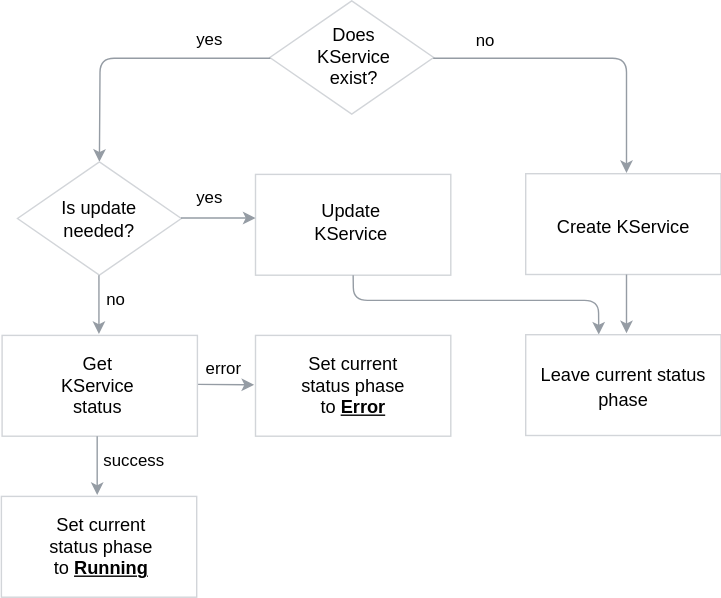
Earlier version of the draw.io export docs/serverless-v2/assets/deploying.svg (kyma-project/kyma). Source tidied: cells renumbered, new cells last; positions are measured from the earlier drawing's top-left corner, leaving out a move shared by most shapes. Its diagram source:
```xml
<mxGraphModel>
  <root>
    <mxCell id="0" />
    <mxCell id="1" parent="0" />
    <mxCell id="2" style="rhombus;whiteSpace=wrap;html=1;strokeColor=#D2D5D9;" parent="1" vertex="1">
      <mxGeometry x="192.2" width="117" height="81" as="geometry" />
    </mxCell>
    <mxCell id="3" value="&lt;font style=&quot;font-size: 13px&quot;&gt;Does KService exist?&lt;/font&gt;" style="text;html=1;strokeColor=none;fillColor=none;align=center;verticalAlign=middle;whiteSpace=wrap;rounded=0;" parent="1" vertex="1">
      <mxGeometry x="214.5" y="26" width="74.5" height="27" as="geometry" />
    </mxCell>
    <mxCell id="4" style="rounded=0;whiteSpace=wrap;html=1;labelBackgroundColor=none;strokeColor=#D2D5D9;strokeWidth=1;fillColor=#FFFFFF;gradientColor=none;fontFamily=Helvetica;fontSize=15;fontColor=#000000;align=center;" parent="1" vertex="1">
      <mxGeometry x="182" y="124" width="139.5" height="72" as="geometry" />
    </mxCell>
    <mxCell id="5" value="&lt;span style=&quot;font-size: 13px&quot;&gt;Update KService&lt;/span&gt;" style="text;html=1;strokeColor=none;fillColor=none;align=center;verticalAlign=middle;whiteSpace=wrap;rounded=0;" parent="1" vertex="1">
      <mxGeometry x="212.5" y="144" width="74.5" height="27" as="geometry" />
    </mxCell>
    <mxCell id="6" style="endArrow=classic;html=1;strokeColor=#959CA4;strokeWidth=1;fontFamily=Helvetica;fontSize=15;fontColor=#000000;entryX=0.5;entryY=0;entryDx=0;entryDy=0;" parent="1" edge="1" target="7">
      <mxGeometry relative="1" as="geometry">
        <mxPoint x="176" y="41" as="sourcePoint" />
        <Array as="points">
          <mxPoint x="197.2" y="41" />
          <mxPoint x="71" y="41" />
        </Array>
      </mxGeometry>
    </mxCell>
    <mxCell id="7" style="rhombus;whiteSpace=wrap;html=1;strokeColor=#D2D5D9;" parent="1" vertex="1">
      <mxGeometry x="12" y="115" width="117" height="81" as="geometry" />
    </mxCell>
    <mxCell id="8" style="endArrow=classic;html=1;strokeColor=#959CA4;strokeWidth=1;fontFamily=Helvetica;fontSize=15;fontColor=#000000;exitX=1;exitY=0.5;exitDx=0;exitDy=0;entryX=0;entryY=0.5;entryDx=0;entryDy=0;" parent="1" edge="1">
      <mxGeometry relative="1" as="geometry">
        <mxPoint x="128.8" y="155.2" as="sourcePoint" />
        <mxPoint x="182" y="155.2" as="targetPoint" />
      </mxGeometry>
    </mxCell>
    <mxCell id="9" style="endArrow=classic;html=1;strokeColor=#959CA4;strokeWidth=1;fontFamily=Helvetica;fontSize=15;fontColor=#000000;" parent="1" edge="1">
      <mxGeometry relative="1" as="geometry">
        <mxPoint x="70.2" y="196" as="sourcePoint" />
        <mxPoint x="70.2" y="238" as="targetPoint" />
      </mxGeometry>
    </mxCell>
    <mxCell id="10" value="&lt;font style=&quot;font-size: 13px&quot;&gt;Is update needed?&lt;/font&gt;" style="text;html=1;strokeColor=none;fillColor=none;align=center;verticalAlign=middle;whiteSpace=wrap;rounded=0;" parent="1" vertex="1">
      <mxGeometry x="33.2" y="142" width="74.5" height="27" as="geometry" />
    </mxCell>
    <mxCell id="11" style="rounded=0;whiteSpace=wrap;html=1;labelBackgroundColor=none;strokeColor=#D2D5D9;strokeWidth=1;fillColor=#FFFFFF;gradientColor=none;fontFamily=Helvetica;fontSize=15;fontColor=#000000;align=center;" parent="1" vertex="1">
      <mxGeometry x="1" y="239" width="139.5" height="72" as="geometry" />
    </mxCell>
    <mxCell id="12" value="&lt;font style=&quot;font-size: 13px&quot;&gt;Get KService status&lt;/font&gt;" style="text;html=1;strokeColor=none;fillColor=none;align=center;verticalAlign=middle;whiteSpace=wrap;rounded=0;" parent="1" vertex="1">
      <mxGeometry x="32" y="261" width="74.5" height="27" as="geometry" />
    </mxCell>
    <mxCell id="13" value="yes" style="text;html=1;strokeColor=none;fillColor=none;align=center;verticalAlign=middle;whiteSpace=wrap;rounded=0;" parent="1" vertex="1">
      <mxGeometry x="137" y="131" width="25" height="19" as="geometry" />
    </mxCell>
    <mxCell id="14" value="yes" style="text;html=1;strokeColor=none;fillColor=none;align=center;verticalAlign=middle;whiteSpace=wrap;rounded=0;" parent="1" vertex="1">
      <mxGeometry x="137" y="18" width="25" height="19" as="geometry" />
    </mxCell>
    <mxCell id="15" value="&lt;font style=&quot;font-size: 13px&quot;&gt;Create KService&lt;/font&gt;" style="rounded=0;whiteSpace=wrap;html=1;labelBackgroundColor=none;strokeColor=#D2D5D9;strokeWidth=1;fillColor=#FFFFFF;gradientColor=none;fontFamily=Helvetica;fontSize=15;fontColor=#000000;align=center;" parent="1" vertex="1">
      <mxGeometry x="375" y="123.5" width="139.5" height="72" as="geometry" />
    </mxCell>
    <mxCell id="16" style="endArrow=classic;html=1;strokeColor=#959CA4;strokeWidth=1;fontFamily=Helvetica;fontSize=15;fontColor=#000000;" parent="1" edge="1">
      <mxGeometry relative="1" as="geometry">
        <mxPoint x="313" y="41" as="sourcePoint" />
        <mxPoint x="447" y="123" as="targetPoint" />
        <Array as="points">
          <mxPoint x="307" y="41" />
          <mxPoint x="447" y="41" />
        </Array>
      </mxGeometry>
    </mxCell>
    <mxCell id="17" style="rounded=0;whiteSpace=wrap;html=1;labelBackgroundColor=none;strokeColor=#D2D5D9;strokeWidth=1;fillColor=#FFFFFF;gradientColor=none;fontFamily=Helvetica;fontSize=15;fontColor=#000000;align=center;" parent="1" vertex="1">
      <mxGeometry x="182" y="239" width="139.5" height="72" as="geometry" />
    </mxCell>
    <mxCell id="18" value="&lt;span style=&quot;font-size: 13px&quot;&gt;Set current status phase to &lt;b&gt;&lt;u&gt;Error&lt;/u&gt;&lt;/b&gt;&lt;/span&gt;" style="text;html=1;strokeColor=none;fillColor=none;align=center;verticalAlign=middle;whiteSpace=wrap;rounded=0;" parent="1" vertex="1">
      <mxGeometry x="212" y="258.2" width="79.5" height="33.5" as="geometry" />
    </mxCell>
    <mxCell id="19" style="endArrow=classic;html=1;strokeColor=#959CA4;strokeWidth=1;fontFamily=Helvetica;fontSize=15;fontColor=#000000;exitX=1;exitY=0.5;exitDx=0;exitDy=0;" parent="1" edge="1">
      <mxGeometry relative="1" as="geometry">
        <mxPoint x="141" y="274" as="sourcePoint" />
        <mxPoint x="181" y="274.3" as="targetPoint" />
      </mxGeometry>
    </mxCell>
    <mxCell id="20" style="rounded=0;whiteSpace=wrap;html=1;labelBackgroundColor=none;strokeColor=#D2D5D9;strokeWidth=1;fillColor=#FFFFFF;gradientColor=none;fontFamily=Helvetica;fontSize=15;fontColor=#000000;align=center;" parent="1" vertex="1">
      <mxGeometry x="0.5" y="354" width="139.5" height="72" as="geometry" />
    </mxCell>
    <mxCell id="21" value="&lt;span style=&quot;font-size: 13px&quot;&gt;Set current status phase to &lt;b&gt;&lt;u&gt;Running&lt;/u&gt;&lt;/b&gt;&lt;/span&gt;" style="text;html=1;strokeColor=none;fillColor=none;align=center;verticalAlign=middle;whiteSpace=wrap;rounded=0;" parent="1" vertex="1">
      <mxGeometry x="32" y="373.2" width="79.5" height="33.5" as="geometry" />
    </mxCell>
    <mxCell id="22" style="endArrow=classic;html=1;strokeColor=#959CA4;strokeWidth=1;fontFamily=Helvetica;fontSize=15;fontColor=#000000;" parent="1" edge="1">
      <mxGeometry relative="1" as="geometry">
        <mxPoint x="68.9" y="311" as="sourcePoint" />
        <mxPoint x="68.9" y="353" as="targetPoint" />
      </mxGeometry>
    </mxCell>
    <mxCell id="23" value="no" style="text;html=1;strokeColor=none;fillColor=none;align=center;verticalAlign=middle;whiteSpace=wrap;rounded=0;" parent="1" vertex="1">
      <mxGeometry x="334" y="19" width="25" height="19" as="geometry" />
    </mxCell>
    <mxCell id="24" value="no" style="text;html=1;strokeColor=none;fillColor=none;align=center;verticalAlign=middle;whiteSpace=wrap;rounded=0;" parent="1" vertex="1">
      <mxGeometry x="70" y="204" width="25" height="19" as="geometry" />
    </mxCell>
    <mxCell id="25" value="error" style="text;html=1;strokeColor=none;fillColor=none;align=center;verticalAlign=middle;whiteSpace=wrap;rounded=0;" parent="1" vertex="1">
      <mxGeometry x="147" y="253" width="25" height="19" as="geometry" />
    </mxCell>
    <mxCell id="26" value="success" style="text;html=1;strokeColor=none;fillColor=none;align=center;verticalAlign=middle;whiteSpace=wrap;rounded=0;" parent="1" vertex="1">
      <mxGeometry x="83" y="319" width="25" height="19" as="geometry" />
    </mxCell>
    <mxCell id="27" style="endArrow=classic;html=1;strokeColor=#959CA4;strokeWidth=1;fontFamily=Helvetica;fontSize=15;fontColor=#000000;exitX=0.5;exitY=1;exitDx=0;exitDy=0;entryX=0.374;entryY=-0.001;entryDx=0;entryDy=0;entryPerimeter=0;" parent="1" edge="1" source="4" target="28">
      <mxGeometry relative="1" as="geometry">
        <Array as="points">
          <mxPoint x="252" y="214" />
          <mxPoint x="427" y="214" />
        </Array>
      </mxGeometry>
    </mxCell>
    <mxCell id="28" value="&lt;font style=&quot;font-size: 13px&quot;&gt;Leave current status phase&lt;/font&gt;" style="rounded=0;whiteSpace=wrap;html=1;labelBackgroundColor=none;strokeColor=#D2D5D9;strokeWidth=1;fillColor=#FFFFFF;gradientColor=none;fontFamily=Helvetica;fontSize=15;fontColor=#000000;align=center;" parent="1" vertex="1">
      <mxGeometry x="375" y="238.5" width="139.5" height="72" as="geometry" />
    </mxCell>
    <mxCell id="29" style="endArrow=classic;html=1;strokeColor=#959CA4;strokeWidth=1;fontFamily=Helvetica;fontSize=15;fontColor=#000000;" parent="1" edge="1">
      <mxGeometry relative="1" as="geometry">
        <mxPoint x="447" y="195.5" as="sourcePoint" />
        <mxPoint x="447" y="237.5" as="targetPoint" />
      </mxGeometry>
    </mxCell>
  </root>
</mxGraphModel>
```
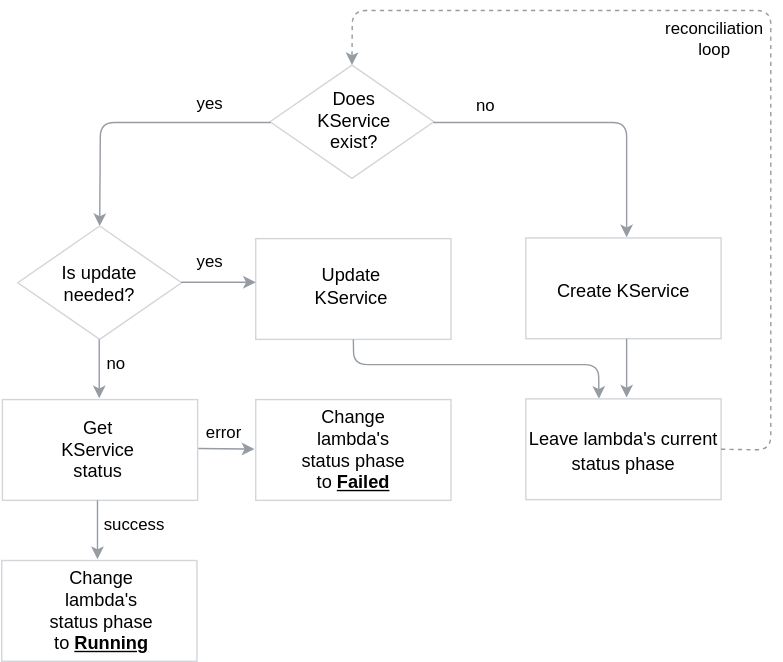
The same file after the commit.

Change to the diagram source:
```diff
@@ -69,7 +69,7 @@
     <mxCell id="17" style="rounded=0;whiteSpace=wrap;html=1;labelBackgroundColor=none;strokeColor=#D2D5D9;strokeWidth=1;fillColor=#FFFFFF;gradientColor=none;fontFamily=Helvetica;fontSize=15;fontColor=#000000;align=center;" parent="1" vertex="1">
       <mxGeometry x="182" y="239" width="139.5" height="72" as="geometry" />
     </mxCell>
-    <mxCell id="18" value="&lt;span style=&quot;font-size: 13px&quot;&gt;Set current status phase to &lt;b&gt;&lt;u&gt;Error&lt;/u&gt;&lt;/b&gt;&lt;/span&gt;" style="text;html=1;strokeColor=none;fillColor=none;align=center;verticalAlign=middle;whiteSpace=wrap;rounded=0;" parent="1" vertex="1">
+    <mxCell id="18" value="&lt;span style=&quot;font-size: 13px&quot;&gt;Change lambda's status phase to &lt;b&gt;&lt;u&gt;Failed&lt;/u&gt;&lt;/b&gt;&lt;/span&gt;" style="text;html=1;strokeColor=none;fillColor=none;align=center;verticalAlign=middle;whiteSpace=wrap;rounded=0;" parent="1" vertex="1">
       <mxGeometry x="212" y="258.2" width="79.5" height="33.5" as="geometry" />
     </mxCell>
     <mxCell id="19" style="endArrow=classic;html=1;strokeColor=#959CA4;strokeWidth=1;fontFamily=Helvetica;fontSize=15;fontColor=#000000;exitX=1;exitY=0.5;exitDx=0;exitDy=0;" parent="1" edge="1">
@@ -81,7 +81,7 @@
     <mxCell id="20" style="rounded=0;whiteSpace=wrap;html=1;labelBackgroundColor=none;strokeColor=#D2D5D9;strokeWidth=1;fillColor=#FFFFFF;gradientColor=none;fontFamily=Helvetica;fontSize=15;fontColor=#000000;align=center;" parent="1" vertex="1">
       <mxGeometry x="0.5" y="354" width="139.5" height="72" as="geometry" />
     </mxCell>
-    <mxCell id="21" value="&lt;span style=&quot;font-size: 13px&quot;&gt;Set current status phase to &lt;b&gt;&lt;u&gt;Running&lt;/u&gt;&lt;/b&gt;&lt;/span&gt;" style="text;html=1;strokeColor=none;fillColor=none;align=center;verticalAlign=middle;whiteSpace=wrap;rounded=0;" parent="1" vertex="1">
+    <mxCell id="21" value="&lt;span style=&quot;font-size: 13px&quot;&gt;Change lambda's status phase to &lt;b&gt;&lt;u&gt;Running&lt;/u&gt;&lt;/b&gt;&lt;/span&gt;" style="text;html=1;strokeColor=none;fillColor=none;align=center;verticalAlign=middle;whiteSpace=wrap;rounded=0;" parent="1" vertex="1">
       <mxGeometry x="32" y="373.2" width="79.5" height="33.5" as="geometry" />
     </mxCell>
     <mxCell id="22" style="endArrow=classic;html=1;strokeColor=#959CA4;strokeWidth=1;fontFamily=Helvetica;fontSize=15;fontColor=#000000;" parent="1" edge="1">
@@ -110,7 +110,7 @@
         </Array>
       </mxGeometry>
     </mxCell>
-    <mxCell id="28" value="&lt;font style=&quot;font-size: 13px&quot;&gt;Leave current status phase&lt;/font&gt;" style="rounded=0;whiteSpace=wrap;html=1;labelBackgroundColor=none;strokeColor=#D2D5D9;strokeWidth=1;fillColor=#FFFFFF;gradientColor=none;fontFamily=Helvetica;fontSize=15;fontColor=#000000;align=center;" parent="1" vertex="1">
+    <mxCell id="28" value="&lt;font style=&quot;font-size: 13px&quot;&gt;Leave lambda's current&lt;br&gt;status phase&lt;/font&gt;" style="rounded=0;whiteSpace=wrap;html=1;labelBackgroundColor=none;strokeColor=#D2D5D9;strokeWidth=1;fillColor=#FFFFFF;gradientColor=none;fontFamily=Helvetica;fontSize=15;fontColor=#000000;align=center;" parent="1" vertex="1">
       <mxGeometry x="375" y="238.5" width="139.5" height="72" as="geometry" />
     </mxCell>
     <mxCell id="29" style="endArrow=classic;html=1;strokeColor=#959CA4;strokeWidth=1;fontFamily=Helvetica;fontSize=15;fontColor=#000000;" parent="1" edge="1">
@@ -119,5 +119,17 @@
         <mxPoint x="447" y="237.5" as="targetPoint" />
       </mxGeometry>
     </mxCell>
+    <mxCell id="30" style="endArrow=classic;html=1;strokeColor=#959CA4;strokeWidth=1;fontFamily=Helvetica;fontSize=15;fontColor=#000000;entryX=0.5;entryY=0;entryDx=0;entryDy=0;exitX=1;exitY=0.5;exitDx=0;exitDy=0;dashed=1;" parent="1" edge="1" source="28" target="2">
+      <mxGeometry relative="1" as="geometry">
+        <Array as="points">
+          <mxPoint x="550" y="275" />
+          <mxPoint x="550" y="-39" />
+          <mxPoint x="251" y="-39" />
+        </Array>
+      </mxGeometry>
+    </mxCell>
+    <mxCell id="31" value="reconciliation loop" style="text;html=1;strokeColor=none;fillColor=none;align=center;verticalAlign=middle;whiteSpace=wrap;rounded=0;" parent="1" vertex="1">
+      <mxGeometry x="487" y="-29" width="46" height="20" as="geometry" />
+    </mxCell>
   </root>
 </mxGraphModel>
```
